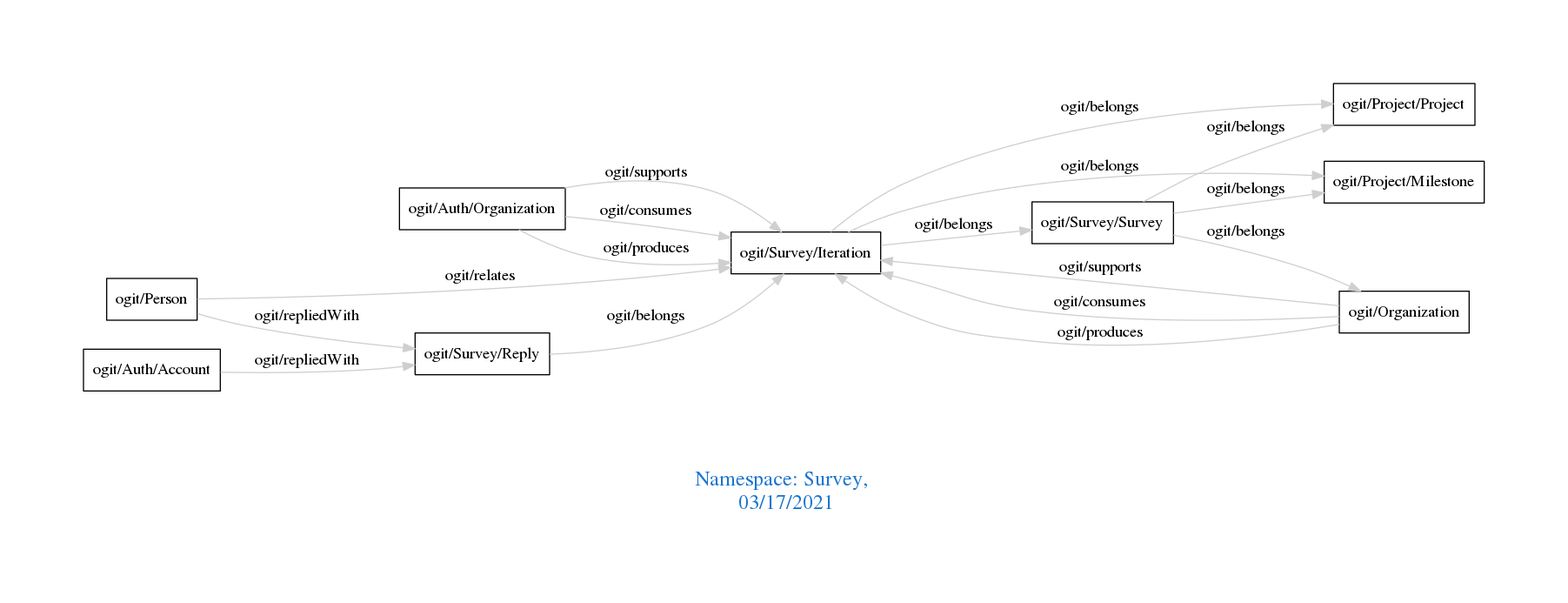
arago/OGIT keeps this Graphviz diagram as downloads/Survey.png. Above is the earlier version. Its source is kept beside it as downloads/Survey.dot.
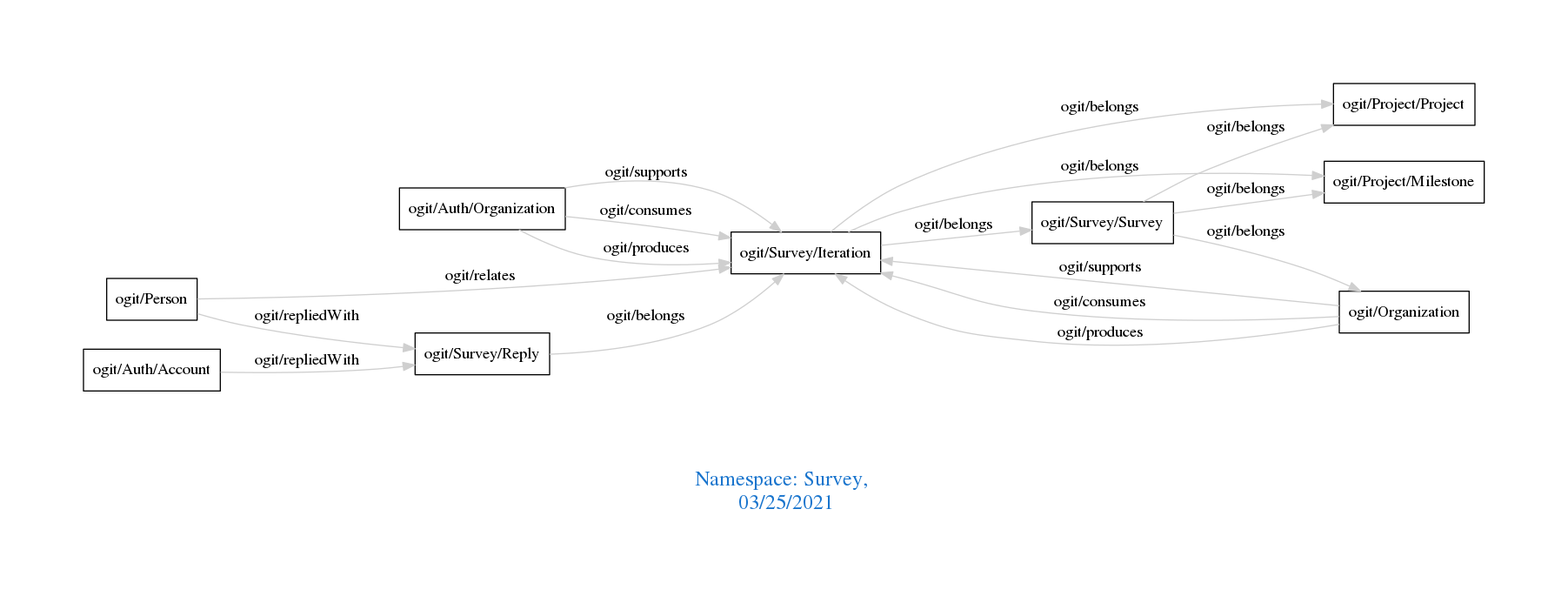
Above is the later version.

What changed in the source:
```diff
@@ -1,7 +1,7 @@
 digraph OGIT_ontology {
  graph [ rankdir= LR,pad=1
 fontsize = 18,
-fontcolor= dodgerblue3,label = "\n\n\nNamespace: Survey, \n 03/17/2021"];
+fontcolor= dodgerblue3,label = "\n\n\nNamespace: Survey, \n 03/25/2021"];
 node[shape=polygon];
 edge [  color="gray81"];
 
```
